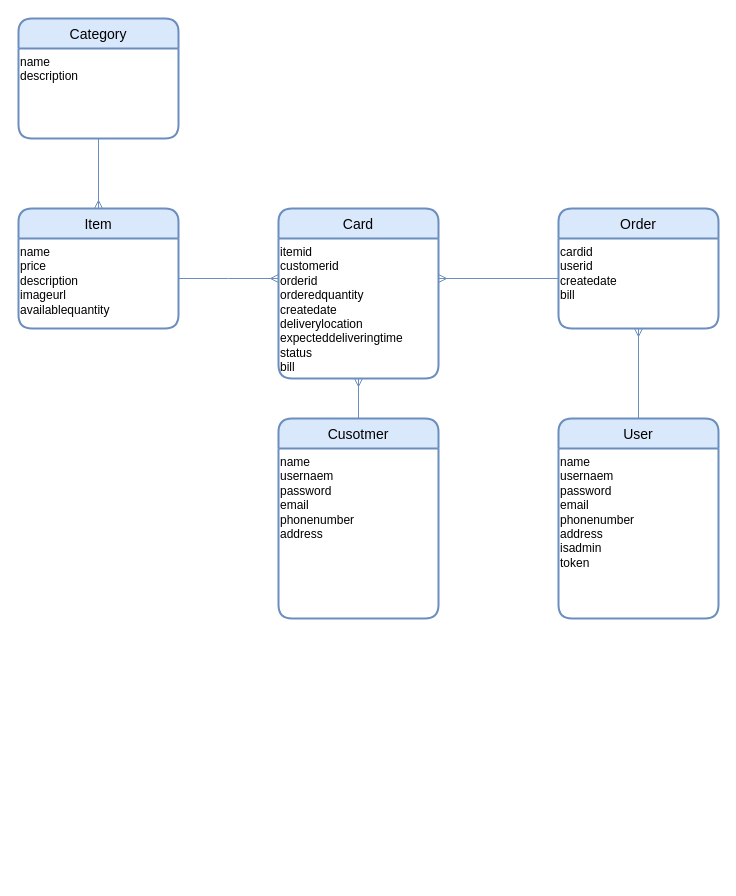
Above: Majsin DB.drawio in mohammed-alyaseen/Restaurant-Web-Application (draw.io), before the change. Source tidied: cells renumbered, new cells numbered last; positions are measured from the earlier drawing's top-left corner, leaving out a move shared by most shapes. Both pictures are drawn from the tidied source at 100%, with x=0, y=0 at pixel (18, 18).
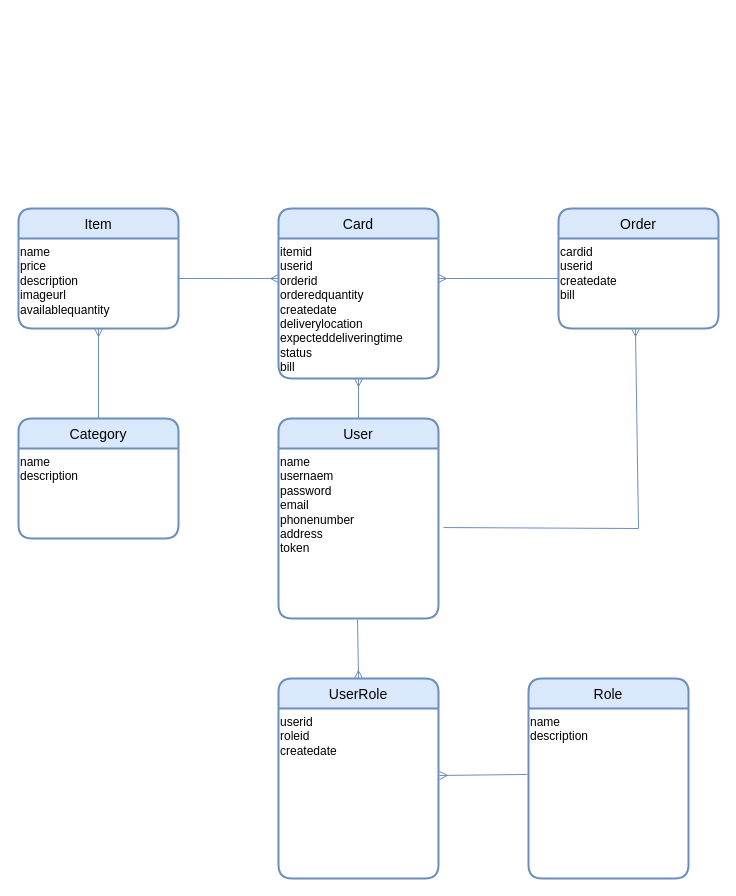
The same page after the edit.

Unchanged cells that the change refers to:
```xml
<mxCell id="2" value="Item" style="swimlane;horizontal=1;startSize=30;rounded=1;fontSize=14;fontStyle=0;strokeWidth=2;shadow=0;dashed=0;align=center;fillColor=#dae8fc;strokeColor=#6c8ebf;verticalAlign=middle;" parent="1" vertex="1">
  <mxGeometry y="190" width="160" height="120" as="geometry" />
</mxCell>
<mxCell id="5" value="cardid&lt;br&gt;userid&lt;br&gt;createdate&lt;br&gt;bill" style="text;html=1;align=left;verticalAlign=top;points=[];strokeColor=none;fillColor=none;" parent="4" vertex="1">
  <mxGeometry y="30" width="160" height="90" as="geometry" />
</mxCell>
<mxCell id="14" value="Card" style="swimlane;horizontal=1;startSize=30;rounded=1;fontSize=14;fontStyle=0;strokeWidth=2;shadow=0;dashed=0;align=center;fillColor=#dae8fc;strokeColor=#6c8ebf;" parent="1" vertex="1">
  <mxGeometry x="260" y="190" width="160" height="170" as="geometry" />
</mxCell>
```

Diff of the diagram source:
```diff
@@
-    <mxCell id="6" value="Cusotmer" style="swimlane;horizontal=1;startSize=30;rounded=1;fontSize=14;fontStyle=0;strokeWidth=2;shadow=0;dashed=0;align=center;fillColor=#dae8fc;strokeColor=#6c8ebf;" parent="1" vertex="1">
+    <mxCell id="6" value="User" style="swimlane;horizontal=1;startSize=30;rounded=1;fontSize=14;fontStyle=0;strokeWidth=2;shadow=0;dashed=0;align=center;fillColor=#dae8fc;strokeColor=#6c8ebf;" parent="1" vertex="1">
       <mxGeometry x="260" y="400" width="160" height="200" as="geometry" />
     </mxCell>
-    <mxCell id="7" value="name&lt;br&gt;usernaem&lt;br&gt;password&lt;br&gt;email&lt;br&gt;phonenumber&lt;br&gt;address&lt;br&gt;" style="text;html=1;align=left;verticalAlign=top;points=[];strokeColor=none;fillColor=none;" parent="6" vertex="1">
+    <mxCell id="7" value="name&lt;br&gt;usernaem&lt;br&gt;password&lt;br&gt;email&lt;br&gt;phonenumber&lt;br&gt;address&lt;br&gt;token" style="text;html=1;align=left;verticalAlign=top;points=[];strokeColor=none;fillColor=none;" parent="6" vertex="1">
       <mxGeometry y="30" width="160" height="170" as="geometry" />
     </mxCell>
     <mxCell id="8" value="Category" style="swimlane;horizontal=1;startSize=30;rounded=1;fontSize=14;fontStyle=0;strokeWidth=2;shadow=0;dashed=0;align=center;fillColor=#dae8fc;strokeColor=#6c8ebf;" parent="1" vertex="1">
-      <mxGeometry width="160" height="120" as="geometry" />
+      <mxGeometry y="400" width="160" height="120" as="geometry" />
     </mxCell>
@@
-    <mxCell id="10" value="User" style="swimlane;horizontal=1;startSize=30;rounded=1;fontSize=14;fontStyle=0;strokeWidth=2;shadow=0;dashed=0;align=center;fillColor=#dae8fc;strokeColor=#6c8ebf;" parent="1" vertex="1">
-      <mxGeometry x="540" y="400" width="160" height="200" as="geometry" />
+    <mxCell id="10" value="UserRole" style="swimlane;horizontal=1;startSize=30;rounded=1;fontSize=14;fontStyle=0;strokeWidth=2;shadow=0;dashed=0;align=center;fillColor=#dae8fc;strokeColor=#6c8ebf;" parent="1" vertex="1">
+      <mxGeometry x="260" y="660" width="160" height="200" as="geometry" />
     </mxCell>
-    <mxCell id="11" value="name&lt;br&gt;usernaem&lt;br&gt;password&lt;br&gt;email&lt;br&gt;phonenumber&lt;br&gt;address&lt;br&gt;isadmin&lt;br&gt;token" style="text;html=1;align=left;verticalAlign=top;points=[];strokeColor=none;fillColor=none;" parent="10" vertex="1">
+    <mxCell id="11" value="userid&lt;br&gt;roleid&lt;br&gt;createdate" style="text;html=1;align=left;verticalAlign=top;points=[];strokeColor=none;fillColor=none;" parent="10" vertex="1">
       <mxGeometry y="30" width="160" height="170" as="geometry" />
     </mxCell>
-    <mxCell id="12" style="fontSize=12;html=1;endArrow=ERmany;rounded=0;exitX=0.5;exitY=1;exitDx=0;exitDy=0;entryX=0.5;entryY=0;entryDx=0;entryDy=0;fillColor=#dae8fc;strokeColor=#6c8ebf;" parent="1" edge="1" source="8" target="2">
-      <mxGeometry relative="1" as="geometry" />
+    <mxCell id="12" style="fontSize=12;html=1;endArrow=ERmany;rounded=0;exitX=0.5;exitY=0;exitDx=0;exitDy=0;fillColor=#dae8fc;strokeColor=#6c8ebf;" parent="1" edge="1" source="8">
+      <mxGeometry relative="1" as="geometry">
+        <mxPoint x="80" y="310" as="targetPoint" />
+      </mxGeometry>
     </mxCell>
@@
-    <mxCell id="15" value="itemid&lt;br&gt;customerid&lt;br&gt;orderid&lt;br&gt;orderedquantity&lt;br&gt;createdate&lt;br&gt;deliverylocation&lt;br&gt;expecteddeliveringtime&lt;br&gt;status&lt;br&gt;bill" style="text;html=1;align=left;verticalAlign=top;strokeColor=none;fillColor=none;" parent="14" vertex="1">
+    <mxCell id="15" value="itemid&lt;br&gt;userid&lt;br&gt;orderid&lt;br&gt;orderedquantity&lt;br&gt;createdate&lt;br&gt;deliverylocation&lt;br&gt;expecteddeliveringtime&lt;br&gt;status&lt;br&gt;bill" style="text;html=1;align=left;verticalAlign=top;strokeColor=none;fillColor=none;" parent="14" vertex="1">
       <mxGeometry y="30" width="160" height="140" as="geometry" />
     </mxCell>
@@
-    <mxCell id="18" style="fontSize=12;html=1;endArrow=ERmany;rounded=0;fillColor=#dae8fc;strokeColor=#6c8ebf;exitX=0.5;exitY=0;exitDx=0;exitDy=0;" parent="1" edge="1" source="10">
-      <mxGeometry relative="1" as="geometry">
-        <mxPoint x="620" y="310" as="targetPoint" />
-      </mxGeometry>
-    </mxCell>
+    <mxCell id="19" value="Role" style="swimlane;horizontal=1;startSize=30;rounded=1;fontSize=14;fontStyle=0;strokeWidth=2;shadow=0;dashed=0;align=center;fillColor=#dae8fc;strokeColor=#6c8ebf;" parent="1" vertex="1">
+      <mxGeometry x="510" y="660" width="160" height="200" as="geometry" />
+    </mxCell>
+    <mxCell id="20" value="name&lt;br&gt;description" style="text;html=1;align=left;verticalAlign=top;points=[];strokeColor=none;fillColor=none;" parent="19" vertex="1">
+      <mxGeometry y="30" width="160" height="170" as="geometry" />
+    </mxCell>
+    <mxCell id="21" style="fontSize=12;html=1;endArrow=ERmany;rounded=0;entryX=0.5;entryY=0;entryDx=0;entryDy=0;fillColor=#dae8fc;strokeColor=#6c8ebf;exitX=0.494;exitY=1.006;exitDx=0;exitDy=0;exitPerimeter=0;" parent="1" edge="1" source="7" target="10">
+      <mxGeometry relative="1" as="geometry" />
+    </mxCell>
+    <mxCell id="22" style="fontSize=12;html=1;endArrow=ERmany;rounded=0;fillColor=#dae8fc;strokeColor=#6c8ebf;exitX=-0.006;exitY=0.388;exitDx=0;exitDy=0;exitPerimeter=0;entryX=1.006;entryY=0.394;entryDx=0;entryDy=0;entryPerimeter=0;" parent="1" edge="1" source="20" target="11">
+      <mxGeometry relative="1" as="geometry" />
+    </mxCell>
+    <mxCell id="23" style="fontSize=12;html=1;endArrow=ERmany;rounded=0;entryX=0.481;entryY=1;entryDx=0;entryDy=0;fillColor=#dae8fc;strokeColor=#6c8ebf;entryPerimeter=0;exitX=1.031;exitY=0.465;exitDx=0;exitDy=0;exitPerimeter=0;" parent="1" edge="1" source="7" target="5">
+      <mxGeometry relative="1" as="geometry">
+        <Array as="points">
+          <mxPoint x="620" y="510" />
+        </Array>
+      </mxGeometry>
+    </mxCell>
```
